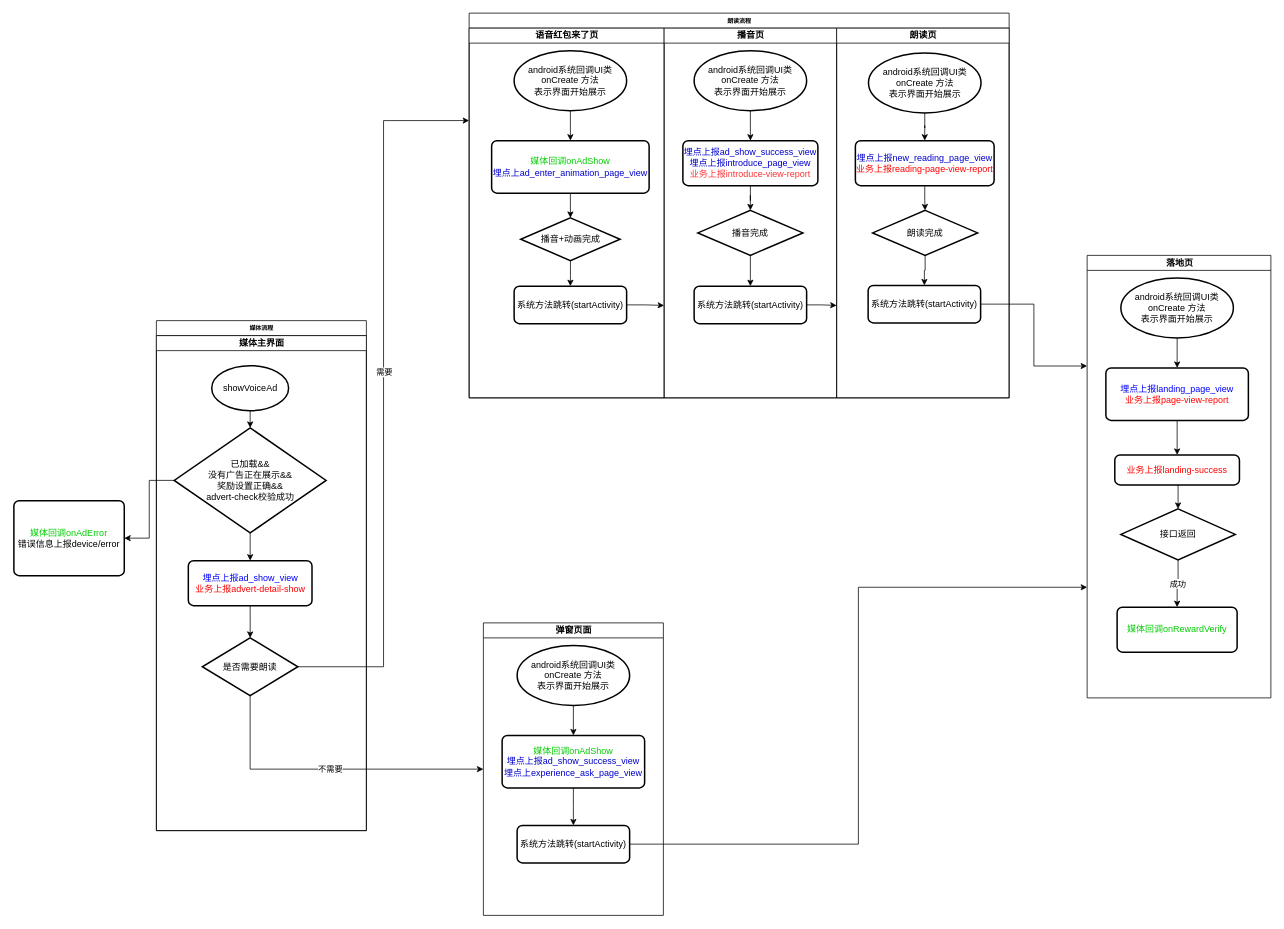
Above: 流程图/广告.drawio in wairdell/Draw.io (draw.io), before the change. Source tidied: cells renumbered, new cells numbered last; positions are measured from the earlier drawing's top-left corner, leaving out a move shared by most shapes. Both pictures are drawn from the tidied source at 75%, with x=0, y=0 at pixel (14, 13).
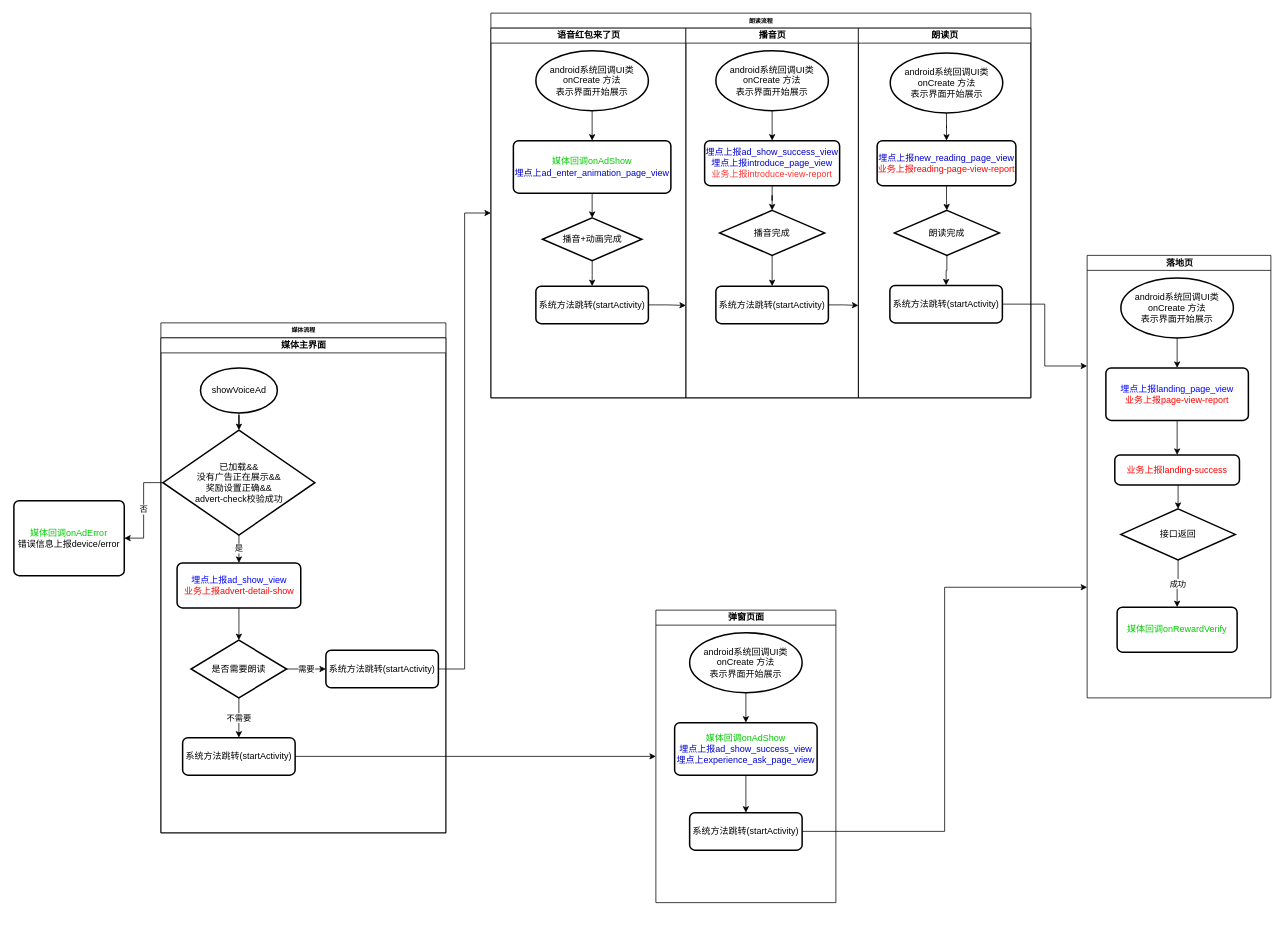
Above is the later version.

Unchanged cells that the change refers to:
```xml
<mxCell id="12" value="&lt;font color=&quot;#00cc00&quot;&gt;媒体回调onAdError&lt;/font&gt;&lt;br&gt;错误信息上报device/error" style="rounded=1;whiteSpace=wrap;html=1;absoluteArcSize=1;arcSize=14;strokeWidth=2;" parent="1" vertex="1">
  <mxGeometry y="650" width="147.2" height="100" as="geometry" />
</mxCell>
<mxCell id="14" value="语音红包来了页" style="swimlane;html=1;startSize=20;" parent="13" vertex="1">
  <mxGeometry y="20" width="260" height="493" as="geometry" />
</mxCell>
```

Change to the diagram source:
```diff
@@
     <mxCell id="2" value="媒体流程" style="swimlane;html=1;startSize=20;rounded=0;shadow=0;labelBackgroundColor=none;strokeWidth=1;fontFamily=Verdana;fontSize=8;align=center;" parent="1" vertex="1">
-      <mxGeometry x="190" y="410" width="280" height="680" as="geometry" />
+      <mxGeometry x="196" y="413" width="380" height="680" as="geometry" />
     </mxCell>
     <mxCell id="3" value="媒体主界面" style="swimlane;html=1;startSize=20;" parent="2" vertex="1">
-      <mxGeometry y="20" width="280" height="660" as="geometry" />
+      <mxGeometry y="20" width="380" height="660" as="geometry" />
     </mxCell>
-    <mxCell id="4" style="edgeStyle=orthogonalEdgeStyle;rounded=0;jettySize=auto;html=1;exitX=0.5;exitY=1;exitDx=0;exitDy=0;exitPerimeter=0;entryX=0.5;entryY=0;entryDx=0;entryDy=0;entryPerimeter=0;" parent="3" edge="1" source="5" target="7">
+    <mxCell id="4" style="edgeStyle=orthogonalEdgeStyle;rounded=0;jettySize=auto;html=1;" parent="3" edge="1" source="5" target="7">
       <mxGeometry relative="1" as="geometry" />
     </mxCell>
     <mxCell id="5" value="showVoiceAd" style="strokeWidth=2;html=1;shape=mxgraph.flowchart.start_1;whiteSpace=wrap;" parent="3" vertex="1">
-      <mxGeometry x="73.8" y="40" width="102.5" height="60" as="geometry" />
+      <mxGeometry x="52.8" y="40" width="102.5" height="60" as="geometry" />
     </mxCell>
-    <mxCell id="6" style="edgeStyle=orthogonalEdgeStyle;rounded=0;jettySize=auto;html=1;exitX=0.5;exitY=1;exitDx=0;exitDy=0;exitPerimeter=0;entryX=0.5;entryY=0;entryDx=0;entryDy=0;" parent="3" edge="1" source="7" target="8">
+    <mxCell id="6" value="是" style="edgeStyle=orthogonalEdgeStyle;rounded=0;jettySize=auto;html=1;" parent="3" edge="1" source="7" target="8">
       <mxGeometry relative="1" as="geometry" />
     </mxCell>
     <mxCell id="7" value="已加载&amp;amp;&amp;amp;&lt;br&gt;没有广告正在展示&amp;amp;&amp;amp;&lt;br&gt;奖励设置正确&amp;amp;&amp;amp;&lt;br&gt;advert-check校验成功" style="strokeWidth=2;html=1;shape=mxgraph.flowchart.decision;whiteSpace=wrap;" parent="3" vertex="1">
-      <mxGeometry x="23.8" y="123" width="202.5" height="140" as="geometry" />
+      <mxGeometry x="2.8" y="123" width="202.5" height="140" as="geometry" />
     </mxCell>
     <mxCell id="8" value="&lt;font color=&quot;#0000ff&quot;&gt;埋点上报ad_show_view&lt;/font&gt;&lt;br&gt;&lt;font color=&quot;#ff0000&quot;&gt;业务上报advert-detail-show&lt;/font&gt;&lt;br&gt;" style="rounded=1;whiteSpace=wrap;html=1;absoluteArcSize=1;arcSize=14;strokeWidth=2;" parent="3" vertex="1">
-      <mxGeometry x="42.6" y="300" width="164.9" height="60" as="geometry" />
+      <mxGeometry x="21.6" y="300" width="164.9" height="60" as="geometry" />
     </mxCell>
+    <mxCell id="58" value="不需要" style="edgeStyle=orthogonalEdgeStyle;rounded=0;jettySize=auto;html=1;" parent="3" edge="1" source="9" target="61">
+      <mxGeometry relative="1" as="geometry" />
+    </mxCell>
+    <mxCell id="51" value="需要" style="edgeStyle=orthogonalEdgeStyle;rounded=0;jettySize=auto;html=1;entryX=0;entryY=0.5;entryDx=0;entryDy=0;" parent="3" edge="1" source="9" target="62">
+      <mxGeometry relative="1" as="geometry" />
+    </mxCell>
     <mxCell id="9" value="&lt;font color=&quot;#000000&quot;&gt;是否需要朗读&lt;/font&gt;" style="strokeWidth=2;html=1;shape=mxgraph.flowchart.decision;whiteSpace=wrap;fontColor=#00CC00;" parent="3" vertex="1">
-      <mxGeometry x="61.2" y="403" width="127.5" height="77" as="geometry" />
+      <mxGeometry x="40.2" y="403" width="127.5" height="77" as="geometry" />
     </mxCell>
@@
+    <mxCell id="61" value="系统方法跳转(startActivity)" style="rounded=1;whiteSpace=wrap;html=1;absoluteArcSize=1;arcSize=14;strokeWidth=2;" parent="3" vertex="1">
+      <mxGeometry x="29" y="533" width="150" height="50" as="geometry" />
+    </mxCell>
+    <mxCell id="62" value="系统方法跳转(startActivity)" style="rounded=1;whiteSpace=wrap;html=1;absoluteArcSize=1;arcSize=14;strokeWidth=2;" parent="3" vertex="1">
+      <mxGeometry x="220" y="416.5" width="150" height="50" as="geometry" />
+    </mxCell>
-    <mxCell id="11" style="edgeStyle=orthogonalEdgeStyle;rounded=0;jettySize=auto;html=1;" parent="1" edge="1" source="7" target="12">
-      <mxGeometry relative="1" as="geometry" />
+    <mxCell id="11" value="否" style="edgeStyle=orthogonalEdgeStyle;rounded=0;jettySize=auto;html=1;" parent="1" edge="1" source="7" target="12">
+      <mxGeometry x="-0.01" relative="1" as="geometry" />
     </mxCell>
@@
     <mxCell id="13" value="朗读流程" style="swimlane;html=1;startSize=20;rounded=0;shadow=0;labelBackgroundColor=none;strokeWidth=1;fontFamily=Verdana;fontSize=8;align=center;" parent="1" vertex="1">
-      <mxGeometry x="607" width="720" height="513" as="geometry" />
+      <mxGeometry x="636" width="720" height="513" as="geometry" />
     </mxCell>
@@
-    <mxCell id="50" style="edgeStyle=orthogonalEdgeStyle;rounded=0;jettySize=auto;html=1;entryX=0;entryY=0.25;entryDx=0;entryDy=0;fontColor=#000000;" parent="1" edge="1" source="9" target="14">
-      <mxGeometry relative="1" as="geometry" />
-    </mxCell>
-    <mxCell id="51" value="需要" style="edgeLabel;html=1;align=center;verticalAlign=middle;fontColor=#000000;" parent="50" vertex="1">
-      <mxGeometry x="0.06" y="-1" relative="1" as="geometry" />
-    </mxCell>
     <mxCell id="52" value="弹窗页面" style="swimlane;html=1;startSize=20;" parent="1" vertex="1">
-      <mxGeometry x="626" y="813" width="240" height="390" as="geometry" />
+      <mxGeometry x="856" y="796" width="240" height="390" as="geometry" />
     </mxCell>
@@
-    <mxCell id="58" value="不需要" style="edgeStyle=orthogonalEdgeStyle;rounded=0;jettySize=auto;html=1;entryX=0;entryY=0.5;entryDx=0;entryDy=0;fontColor=#000000;" parent="1" edge="1" source="9" target="52">
-      <mxGeometry relative="1" as="geometry">
-        <Array as="points">
-          <mxPoint x="315" y="1008" />
-        </Array>
-      </mxGeometry>
-    </mxCell>
@@
+    <mxCell id="63" style="edgeStyle=orthogonalEdgeStyle;rounded=0;jettySize=auto;html=1;entryX=0;entryY=0.5;entryDx=0;entryDy=0;" parent="1" edge="1" source="61" target="52">
+      <mxGeometry relative="1" as="geometry" />
+    </mxCell>
+    <mxCell id="64" style="edgeStyle=orthogonalEdgeStyle;rounded=0;jettySize=auto;html=1;entryX=0;entryY=0.5;entryDx=0;entryDy=0;" parent="1" edge="1" source="62" target="14">
+      <mxGeometry relative="1" as="geometry" />
+    </mxCell>
```
